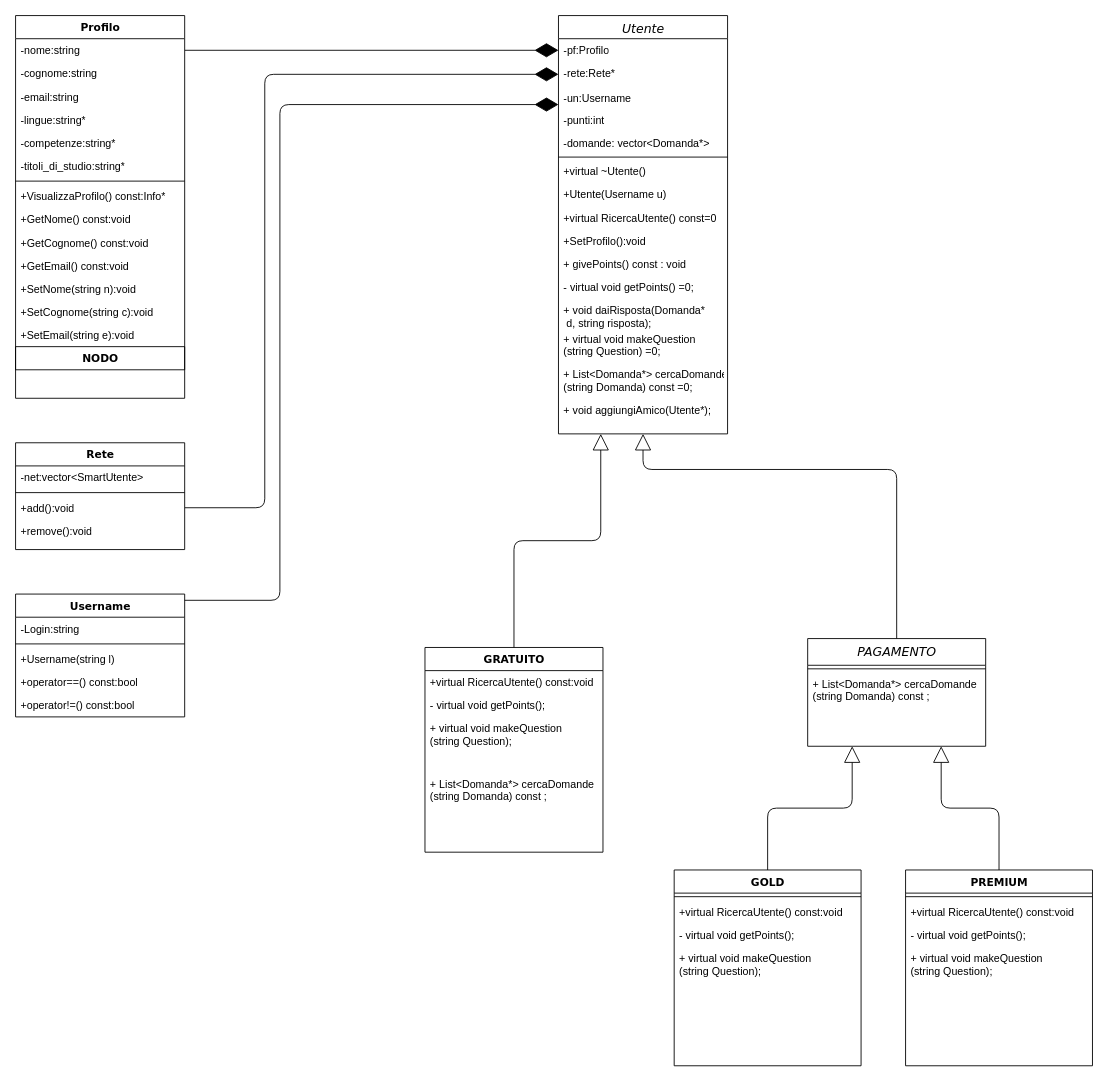
LorenzoMatt/ProgeettoP2 keeps this draw.io diagram as Schema.drawio. Above is the earlier version. Source tidied: cells renumbered, new cells numbered last; positions are measured from the earlier drawing's top-left corner, leaving out a move shared by most shapes. Both pictures are drawn from the tidied source at 89%, with x=0, y=0 at pixel (15, 15).
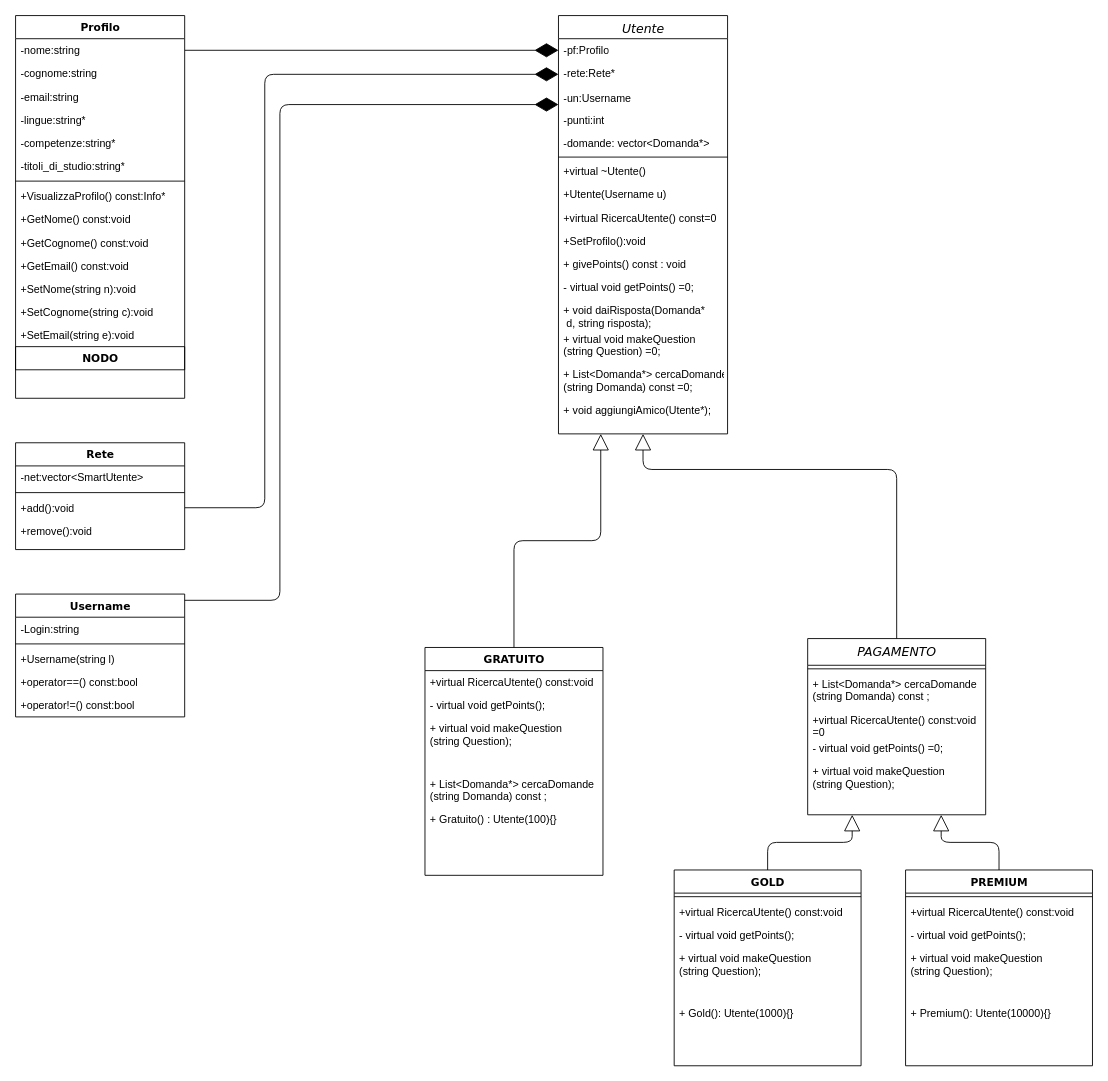
The same diagram, later.

Commit message:
aggiornato lo schema con i costruttori alle classi gold, premium e gratuito

The change refers to these unchanged cells:
```xml
<mxCell id="28" value="PREMIUM" style="swimlane;html=1;fontStyle=1;align=center;verticalAlign=top;horizontal=1;startSize=26;swimlaneFillColor=#ffffff;rounded=0;shadow=0;comic=0;labelBackgroundColor=none;strokeWidth=1;fillColor=none;fontFamily=Verdana;fontSize=12;" parent="1" vertex="1">
  <mxGeometry x="1000" y="960" width="210" height="220" as="geometry" />
</mxCell>
<mxCell id="33" value="GOLD" style="swimlane;html=1;fontStyle=1;align=center;verticalAlign=top;horizontal=1;startSize=26;swimlaneFillColor=#ffffff;rounded=0;shadow=0;comic=0;labelBackgroundColor=none;strokeWidth=1;fillColor=none;fontFamily=Verdana;fontSize=12;" parent="1" vertex="1">
  <mxGeometry x="740" y="960" width="210" height="220" as="geometry" />
</mxCell>
```

The edit, as a diff of the source:
```diff
@@
     <mxCell id="19" value="GRATUITO" style="swimlane;html=1;fontStyle=1;align=center;verticalAlign=top;horizontal=1;startSize=26;swimlaneFillColor=#ffffff;rounded=0;shadow=0;comic=0;labelBackgroundColor=none;strokeWidth=1;fillColor=none;fontFamily=Verdana;fontSize=12;" parent="1" vertex="1">
-      <mxGeometry x="460" y="710" width="200" height="230" as="geometry" />
+      <mxGeometry x="460" y="710" width="200" height="256" as="geometry" />
     </mxCell>
@@
     <mxCell id="23" value="+ List&lt;Domanda*&gt; cercaDomande&#10;(string Domanda) const ;" style="text;strokeColor=none;fillColor=none;align=left;verticalAlign=top;spacingLeft=4;spacingRight=4;overflow=hidden;" parent="19" vertex="1">
-      <mxGeometry y="140" width="200" height="90" as="geometry" />
+      <mxGeometry y="140" width="200" height="40" as="geometry" />
     </mxCell>
+    <mxCell id="71" value="+ Gratuito() : Utente(100){}" style="text;strokeColor=none;fillColor=none;align=left;verticalAlign=top;spacingLeft=4;spacingRight=4;overflow=hidden;" parent="19" vertex="1">
+      <mxGeometry y="180" width="200" height="26" as="geometry" />
+    </mxCell>
@@
     <mxCell id="25" value="&lt;span style=&quot;font-weight: normal&quot;&gt;&lt;i&gt;&lt;font style=&quot;font-size: 14px&quot;&gt;PAGAMENTO&lt;/font&gt;&lt;/i&gt;&lt;/span&gt;" style="swimlane;html=1;fontStyle=1;align=center;verticalAlign=top;horizontal=1;startSize=30;swimlaneFillColor=#ffffff;rounded=0;shadow=0;comic=0;labelBackgroundColor=none;strokeWidth=1;fillColor=none;fontFamily=Verdana;fontSize=12;" parent="1" vertex="1">
-      <mxGeometry x="890" y="700" width="200" height="121" as="geometry" />
+      <mxGeometry x="890" y="700" width="200" height="198" as="geometry" />
     </mxCell>
@@
+    <mxCell id="72" value="+virtual RicercaUtente() const:void =0" style="text;html=1;strokeColor=none;fillColor=none;align=left;verticalAlign=top;spacingLeft=4;spacingRight=4;whiteSpace=wrap;overflow=hidden;" parent="25" vertex="1">
+      <mxGeometry y="78" width="200" height="32" as="geometry" />
+    </mxCell>
+    <mxCell id="73" value="- virtual void getPoints() =0;" style="text;strokeColor=none;fillColor=none;align=left;verticalAlign=top;spacingLeft=4;spacingRight=4;overflow=hidden;" parent="25" vertex="1">
+      <mxGeometry y="110" width="200" height="26" as="geometry" />
+    </mxCell>
+    <mxCell id="74" value="+ virtual void makeQuestion&#10;(string Question);" style="text;strokeColor=none;fillColor=none;align=left;verticalAlign=top;spacingLeft=4;spacingRight=4;overflow=hidden;" parent="25" vertex="1">
+      <mxGeometry y="136" width="200" height="62" as="geometry" />
+    </mxCell>
@@
+    <mxCell id="75" value="+ Premium(): Utente(10000){}" style="text;strokeColor=none;fillColor=none;align=left;verticalAlign=top;spacingLeft=4;spacingRight=4;overflow=hidden;" parent="28" vertex="1">
+      <mxGeometry y="148" width="210" height="26" as="geometry" />
+    </mxCell>
@@
+    <mxCell id="76" value="+ Gold(): Utente(1000){}" style="text;strokeColor=none;fillColor=none;align=left;verticalAlign=top;spacingLeft=4;spacingRight=4;overflow=hidden;" parent="33" vertex="1">
+      <mxGeometry y="148" width="210" height="26" as="geometry" />
+    </mxCell>
```
